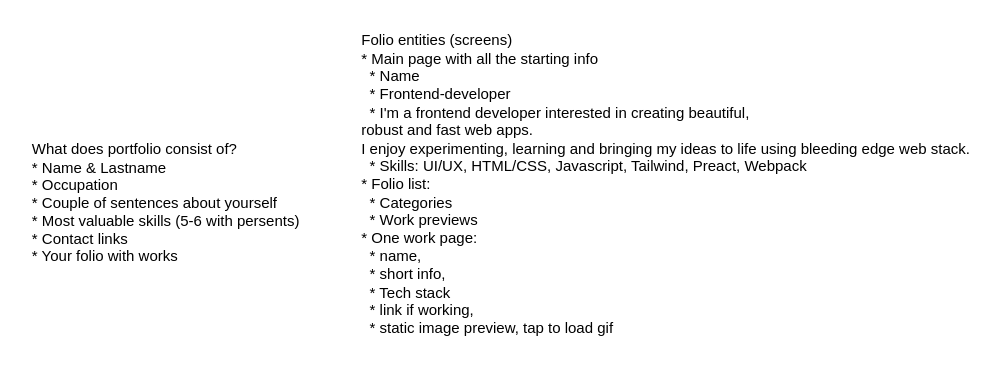
The draw.io diagram page "Text-outline" (1 of 2) of folio-wireframe.drawio in ardent-purple/designs.draw.io, before the edit. Source tidied: cells renumbered, new cells numbered last; positions are measured from the earlier drawing's top-left corner, leaving out a move shared by most shapes. Both pictures are drawn from the tidied source at 125%, with x=0, y=0 at pixel (21, 34).
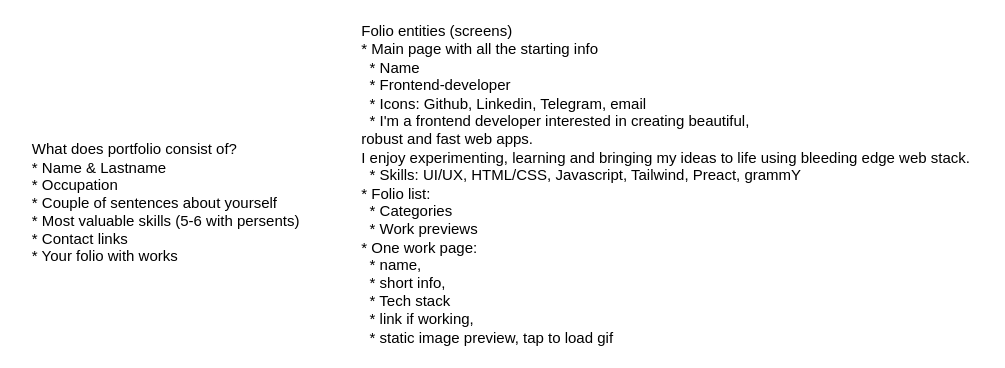
The same page after the edit.

Commit message:
Mobile main page

What changed in the source:
```diff
@@
 <mxGraphModel>
   <root>
     <mxCell id="0" />
     <mxCell id="1" parent="0" />
     <mxCell id="2" value="&lt;div style=&quot;text-align: left&quot;&gt;&lt;span&gt;What does portfolio consist of?&lt;/span&gt;&lt;/div&gt;&lt;div style=&quot;text-align: left&quot;&gt;&lt;span&gt;* Name &amp;amp; Lastname&lt;/span&gt;&lt;/div&gt;&lt;div style=&quot;text-align: left&quot;&gt;* Occupation&lt;br&gt;* Couple of sentences about yourself&lt;br&gt;* Most valuable skills (5-6 with persents)&lt;br&gt;* Contact links&lt;br&gt;* Your folio with works&lt;/div&gt;" style="text;html=1;align=center;verticalAlign=middle;fillColor=none;strokeColor=none;rounded=0;" parent="1" vertex="1">
       <mxGeometry y="85" width="230" height="100" as="geometry" />
     </mxCell>
-    <mxCell id="3" value="Folio entities (screens)&lt;br&gt;* Main page with all the starting info&lt;br&gt;&amp;nbsp; * Name&lt;br&gt;&amp;nbsp; * Frontend-developer&lt;br&gt;&amp;nbsp; * I'm a frontend developer interested in creating beautiful, &lt;br&gt;robust and fast web apps. &lt;br&gt;I enjoy experimenting, learning and bringing my ideas to life using bleeding edge web stack.&lt;br&gt;&amp;nbsp; * Skills: UI/UX, HTML/CSS, Javascript, Tailwind, Preact, Webpack&lt;br&gt;* Folio list:&lt;br&gt;&amp;nbsp; * Categories&lt;br&gt;&amp;nbsp; * Work previews&lt;br&gt;* One work page: &lt;br&gt;&amp;nbsp; * name, &lt;br&gt;&amp;nbsp; * short info, &lt;br&gt;&amp;nbsp; * Tech stack&lt;br&gt;&amp;nbsp; *&amp;nbsp;link if working, &lt;br&gt;&amp;nbsp; *&amp;nbsp;static image preview, tap to load gif" style="text;html=1;align=left;verticalAlign=middle;fillColor=none;strokeColor=none;rounded=0;" parent="1" vertex="1">
-      <mxGeometry x="270" width="500" height="240" as="geometry" />
+    <mxCell id="3" value="Folio entities (screens)&lt;br&gt;* Main page with all the starting info&lt;br&gt;&amp;nbsp; * Name&lt;br&gt;&amp;nbsp; * Frontend-developer&lt;br&gt;&amp;nbsp; * Icons: Github, Linkedin, Telegram, email&lt;br&gt;&amp;nbsp; * I'm a frontend developer interested in creating beautiful, &lt;br&gt;robust and fast web apps. &lt;br&gt;I enjoy experimenting, learning and bringing my ideas to life using bleeding edge web stack.&lt;br&gt;&amp;nbsp; * Skills: UI/UX, HTML/CSS, Javascript, Tailwind, Preact, grammY&lt;br&gt;* Folio list:&lt;br&gt;&amp;nbsp; * Categories&lt;br&gt;&amp;nbsp; * Work previews&lt;br&gt;* One work page: &lt;br&gt;&amp;nbsp; * name, &lt;br&gt;&amp;nbsp; * short info, &lt;br&gt;&amp;nbsp; * Tech stack&lt;br&gt;&amp;nbsp; *&amp;nbsp;link if working, &lt;br&gt;&amp;nbsp; *&amp;nbsp;static image preview, tap to load gif" style="text;html=1;align=left;verticalAlign=middle;fillColor=none;strokeColor=none;rounded=0;" parent="1" vertex="1">
+      <mxGeometry x="270" y="-10" width="500" height="260" as="geometry" />
     </mxCell>
   </root>
 </mxGraphModel>
```
